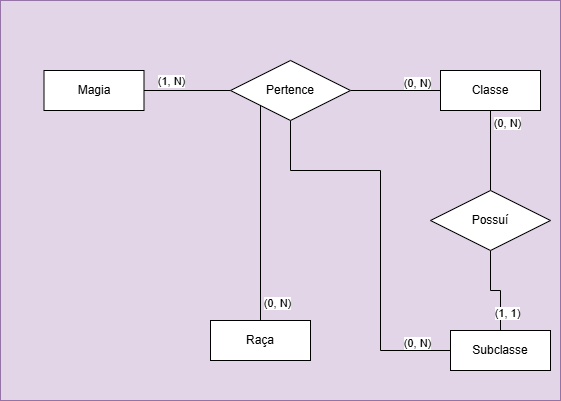
Above: DND.drawio.png in VitorFonseca123/DnD-RPG (draw.io), before the change. Source tidied: cells renumbered, new cells last; positions are measured from the earlier drawing's top-left corner, leaving out a move shared by most shapes.
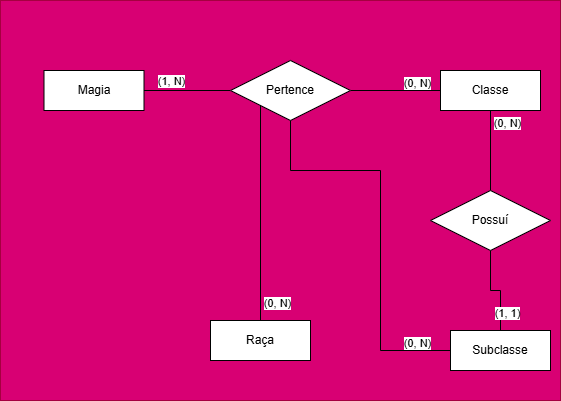
After the change.

What changed in the source:
```diff
@@ -2,7 +2,7 @@
   <root>
     <mxCell id="0" />
     <mxCell id="1" parent="0" />
-    <mxCell id="2" style="rounded=0;whiteSpace=wrap;html=1;fillColor=#e1d5e7;strokeColor=#9673a6;" parent="1" vertex="1">
+    <mxCell id="2" style="rounded=0;whiteSpace=wrap;html=1;fillColor=#d80073;strokeColor=#A50040;fontColor=#ffffff;" parent="1" vertex="1">
       <mxGeometry width="560" height="400" as="geometry" />
     </mxCell>
     <mxCell id="3" style="edgeStyle=orthogonalEdgeStyle;rounded=0;jettySize=auto;html=1;entryX=0;entryY=0.5;entryDx=0;entryDy=0;endArrow=none;startFill=0;exitX=1;exitY=0.5;exitDx=0;exitDy=0;" parent="1" edge="1" source="9" target="7">
```
